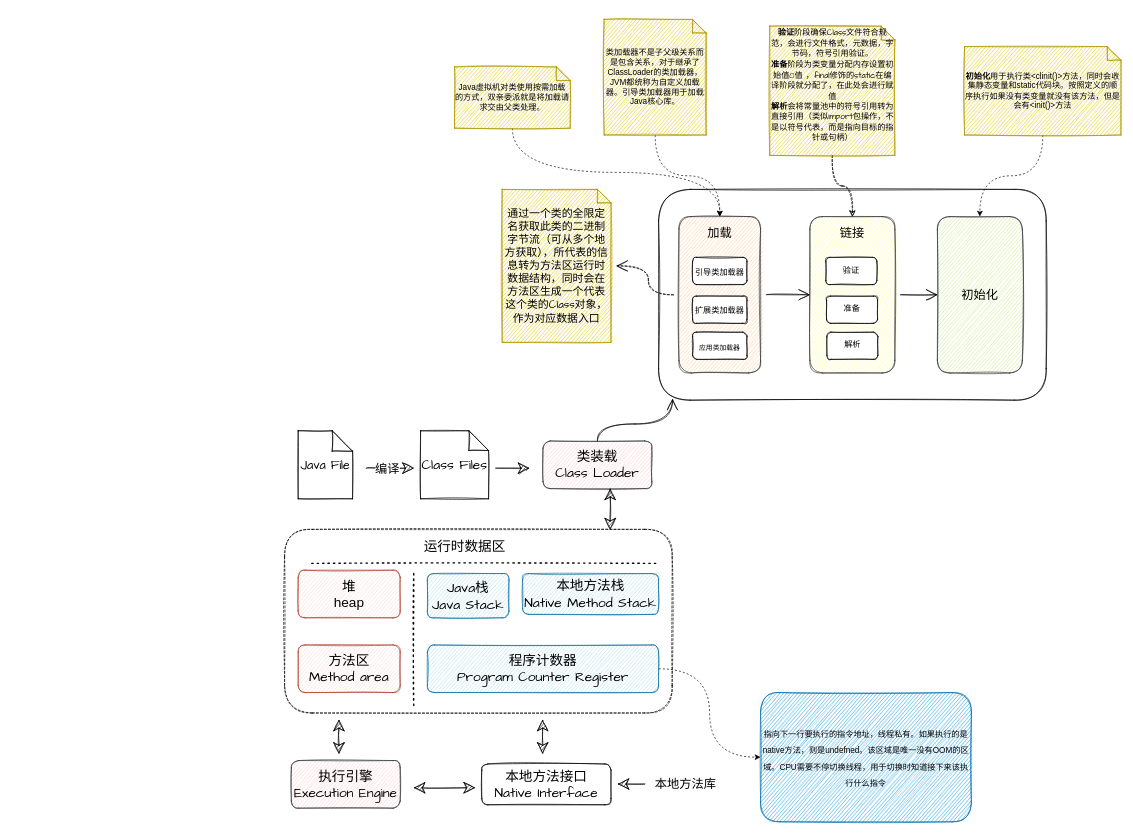
Earlier version of the draw.io diagram study-note/JVM一览图.drawio (kchastes/blog). Source tidied: cells renumbered, new cells numbered last; positions are measured from the earlier drawing's top-left corner, leaving out a move shared by most shapes. Both pictures are drawn from the tidied source at 68%, with x=0, y=0 at pixel (284, 19).
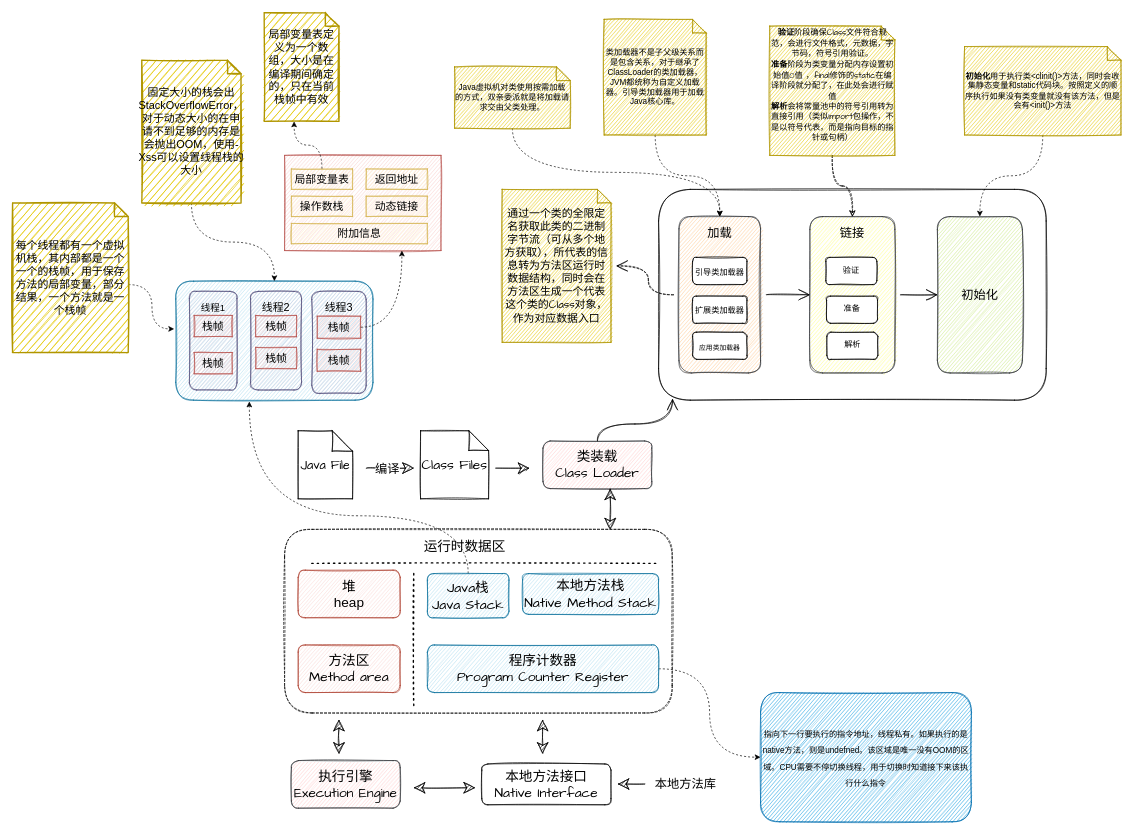
Above is the later version.

Unchanged cells that the change refers to:
```xml
<mxCell id="5" value="Java栈&lt;br&gt;Java Stack" style="rounded=1;whiteSpace=wrap;html=1;sketch=1;hachureGap=4;fontFamily=Architects Daughter;fontSize=20;fillColor=#b1ddf0;strokeColor=#10739e;" parent="1" vertex="1">
  <mxGeometry x="210" y="815" width="120" height="65" as="geometry" />
</mxCell>
```

Diff of the diagram source:
```diff
@@
+    <mxCell id="52" style="rounded=1;whiteSpace=wrap;html=1;sketch=1;fontSize=16;fillColor=#b1ddf0;strokeColor=#10739e;" parent="1" vertex="1">
+      <mxGeometry x="-160" y="385" width="290" height="175" as="geometry" />
+    </mxCell>
@@
+    <mxCell id="53" style="edgeStyle=orthogonalEdgeStyle;jettySize=auto;html=1;exitX=0.5;exitY=0;exitDx=0;exitDy=0;entryX=0.373;entryY=1.011;entryDx=0;entryDy=0;entryPerimeter=0;fontSize=14;curved=1;dashed=1;" parent="1" edge="1" source="5" target="52">
+      <mxGeometry relative="1" as="geometry">
+        <Array as="points">
+          <mxPoint x="270" y="730" />
+          <mxPoint x="-52" y="730" />
+        </Array>
+      </mxGeometry>
+    </mxCell>
@@
+    <mxCell id="54" style="edgeStyle=orthogonalEdgeStyle;curved=1;jettySize=auto;html=1;exitX=0;exitY=0;exitDx=170;exitDy=120;exitPerimeter=0;entryX=-0.008;entryY=0.401;entryDx=0;entryDy=0;entryPerimeter=0;dashed=1;fontSize=14;" parent="1" edge="1" source="55" target="52">
+      <mxGeometry relative="1" as="geometry" />
+    </mxCell>
+    <mxCell id="55" value="每个线程都有一个虚拟机栈，其内部都是一个一个的栈帧，用于保存方法的局部变量，部分结果，一个方法就是一个栈帧" style="shape=note;strokeWidth=2;fontSize=16;size=20;whiteSpace=wrap;html=1;fillColor=#e3c800;strokeColor=#B09500;fontColor=#000000;sketch=1;" parent="1" vertex="1">
+      <mxGeometry x="-400" y="270" width="170" height="220" as="geometry" />
+    </mxCell>
+    <mxCell id="56" style="group;" parent="1" vertex="1">
+      <mxGeometry x="-140" y="400" width="70" height="145" as="geometry" />
+    </mxCell>
+    <mxCell id="57" style="rounded=1;whiteSpace=wrap;html=1;sketch=1;fontSize=16;fillColor=#d0cee2;strokeColor=#56517e;" parent="56" vertex="1">
+      <mxGeometry width="70" height="145" as="geometry" />
+    </mxCell>
+    <mxCell id="58" value="&lt;font style=&quot;font-size: 14px;&quot;&gt;线程1&lt;/font&gt;" style="text;html=1;strokeColor=none;fillColor=none;align=center;verticalAlign=middle;whiteSpace=wrap;rounded=0;sketch=1;fontSize=16;" parent="56" vertex="1">
+      <mxGeometry x="14" y="11.8" width="42" height="23.5" as="geometry" />
+    </mxCell>
+    <mxCell id="59" value="栈帧" style="text;html=1;strokeColor=#b85450;fillColor=#f8cecc;align=center;verticalAlign=middle;whiteSpace=wrap;overflow=hidden;sketch=1;fontSize=16;" parent="56" vertex="1">
+      <mxGeometry x="7" y="35.3" width="56" height="31.4" as="geometry" />
+    </mxCell>
+    <mxCell id="60" value="栈帧" style="text;html=1;strokeColor=#b85450;fillColor=#f8cecc;align=center;verticalAlign=middle;whiteSpace=wrap;overflow=hidden;sketch=1;fontSize=16;" parent="56" vertex="1">
+      <mxGeometry x="7" y="89.8" width="56" height="31.4" as="geometry" />
+    </mxCell>
+    <mxCell id="61" style="group;" parent="1" vertex="1">
+      <mxGeometry x="-50" y="400" width="75" height="145" as="geometry" />
+    </mxCell>
+    <mxCell id="62" style="rounded=1;whiteSpace=wrap;html=1;sketch=1;fontSize=16;fillColor=#d0cee2;strokeColor=#56517e;" parent="61" vertex="1">
+      <mxGeometry width="75" height="145" as="geometry" />
+    </mxCell>
+    <mxCell id="63" value="线程2" style="text;html=1;strokeColor=none;fillColor=none;align=center;verticalAlign=middle;whiteSpace=wrap;rounded=0;sketch=1;fontSize=16;" parent="61" vertex="1">
+      <mxGeometry x="15" y="11.8" width="45" height="23.5" as="geometry" />
+    </mxCell>
+    <mxCell id="64" value="栈帧" style="text;html=1;strokeColor=#b85450;fillColor=#f8cecc;align=center;verticalAlign=middle;whiteSpace=wrap;overflow=hidden;sketch=1;fontSize=16;" parent="61" vertex="1">
+      <mxGeometry x="7.5" y="35.3" width="60" height="31.4" as="geometry" />
+    </mxCell>
+    <mxCell id="65" value="栈帧" style="text;html=1;strokeColor=#b85450;fillColor=#f8cecc;align=center;verticalAlign=middle;whiteSpace=wrap;overflow=hidden;sketch=1;fontSize=16;" parent="61" vertex="1">
+      <mxGeometry x="7.5" y="82.3" width="60" height="31.4" as="geometry" />
+    </mxCell>
+    <mxCell id="66" style="group;" parent="1" vertex="1">
+      <mxGeometry x="40" y="400" width="80" height="150" as="geometry" />
+    </mxCell>
+    <mxCell id="67" style="rounded=1;whiteSpace=wrap;html=1;sketch=1;fontSize=16;fillColor=#d0cee2;strokeColor=#56517e;" parent="66" vertex="1">
+      <mxGeometry width="80" height="150" as="geometry" />
+    </mxCell>
+    <mxCell id="68" value="线程3" style="text;html=1;strokeColor=none;fillColor=none;align=center;verticalAlign=middle;whiteSpace=wrap;rounded=0;sketch=1;fontSize=16;" parent="66" vertex="1">
+      <mxGeometry x="16" y="12.2" width="48" height="24.3" as="geometry" />
+    </mxCell>
+    <mxCell id="69" value="栈帧" style="text;html=1;strokeColor=#b85450;fillColor=#f8cecc;align=center;verticalAlign=middle;whiteSpace=wrap;overflow=hidden;sketch=1;fontSize=16;" parent="66" vertex="1">
+      <mxGeometry x="8" y="36.5" width="64" height="32.4" as="geometry" />
+    </mxCell>
+    <mxCell id="70" value="栈帧" style="text;html=1;strokeColor=#b85450;fillColor=#f8cecc;align=center;verticalAlign=middle;whiteSpace=wrap;overflow=hidden;sketch=1;fontSize=16;" parent="66" vertex="1">
+      <mxGeometry x="8" y="85.1" width="64" height="32.4" as="geometry" />
+    </mxCell>
+    <mxCell id="71" style="edgeStyle=orthogonalEdgeStyle;curved=1;jettySize=auto;html=1;exitX=0.5;exitY=1;exitDx=0;exitDy=0;exitPerimeter=0;dashed=1;fontSize=16;" parent="1" edge="1" source="72" target="52">
+      <mxGeometry relative="1" as="geometry" />
+    </mxCell>
+    <mxCell id="72" value="&lt;font style=&quot;font-size: 16px;&quot;&gt;固定大小的栈会出StackOverflowError，对于动态大小的在申请不到足够的内存是会抛出OOM，使用-Xss可以设置线程栈的大小&lt;/font&gt;" style="shape=note;strokeWidth=2;fontSize=14;size=20;whiteSpace=wrap;html=1;fillColor=#e3c800;strokeColor=#B09500;sketch=1;fontColor=#000000;" parent="1" vertex="1">
+      <mxGeometry x="-210" y="60" width="146" height="210" as="geometry" />
+    </mxCell>
+    <mxCell id="73" style="text;html=1;strokeColor=#b85450;fillColor=#f8cecc;align=center;verticalAlign=middle;whiteSpace=wrap;overflow=hidden;sketch=1;fontSize=16;" parent="1" vertex="1">
+      <mxGeometry y="200" width="230" height="140" as="geometry" />
+    </mxCell>
+    <mxCell id="74" style="edgeStyle=orthogonalEdgeStyle;curved=1;jettySize=auto;html=1;exitX=0.5;exitY=0;exitDx=0;exitDy=0;entryX=0.4;entryY=1;entryDx=0;entryDy=0;entryPerimeter=0;dashed=1;fontSize=16;" parent="1" edge="1" source="75" target="81">
+      <mxGeometry relative="1" as="geometry" />
+    </mxCell>
+    <mxCell id="75" value="局部变量表" style="text;html=1;strokeColor=#d6b656;fillColor=#fff2cc;align=center;verticalAlign=middle;whiteSpace=wrap;overflow=hidden;sketch=1;fontSize=16;" parent="1" vertex="1">
+      <mxGeometry x="10" y="220" width="90" height="30" as="geometry" />
+    </mxCell>
+    <mxCell id="76" value="返回地址" style="text;html=1;strokeColor=#d6b656;fillColor=#fff2cc;align=center;verticalAlign=middle;whiteSpace=wrap;overflow=hidden;sketch=1;fontSize=16;" parent="1" vertex="1">
+      <mxGeometry x="120" y="220" width="90" height="30" as="geometry" />
+    </mxCell>
+    <mxCell id="77" value="操作数栈" style="text;html=1;strokeColor=#d6b656;fillColor=#fff2cc;align=center;verticalAlign=middle;whiteSpace=wrap;overflow=hidden;sketch=1;fontSize=16;" parent="1" vertex="1">
+      <mxGeometry x="10" y="260" width="90" height="30" as="geometry" />
+    </mxCell>
+    <mxCell id="78" value="动态链接" style="text;html=1;strokeColor=#d6b656;fillColor=#fff2cc;align=center;verticalAlign=middle;whiteSpace=wrap;overflow=hidden;sketch=1;fontSize=16;" parent="1" vertex="1">
+      <mxGeometry x="120" y="260" width="90" height="30" as="geometry" />
+    </mxCell>
+    <mxCell id="79" value="附加信息" style="text;html=1;strokeColor=#d6b656;fillColor=#fff2cc;align=center;verticalAlign=middle;whiteSpace=wrap;overflow=hidden;sketch=1;fontSize=16;" parent="1" vertex="1">
+      <mxGeometry x="10" y="300" width="200" height="30" as="geometry" />
+    </mxCell>
+    <mxCell id="80" style="edgeStyle=orthogonalEdgeStyle;curved=1;jettySize=auto;html=1;exitX=1;exitY=0.5;exitDx=0;exitDy=0;entryX=0.75;entryY=1;entryDx=0;entryDy=0;dashed=1;fontSize=16;" parent="1" edge="1" source="69" target="73">
+      <mxGeometry relative="1" as="geometry" />
+    </mxCell>
+    <mxCell id="81" value="&lt;span style=&quot;font-size: 16px;&quot;&gt;局部变量表定义为一个数组，大小是在编译期间确定的，只在当前栈帧中有效&lt;/span&gt;" style="shape=note;strokeWidth=2;fontSize=14;size=20;whiteSpace=wrap;html=1;fillColor=#e3c800;strokeColor=#B09500;sketch=1;fontColor=#000000;" parent="1" vertex="1">
+      <mxGeometry x="-30" y="-10" width="110" height="160" as="geometry" />
+    </mxCell>
```
